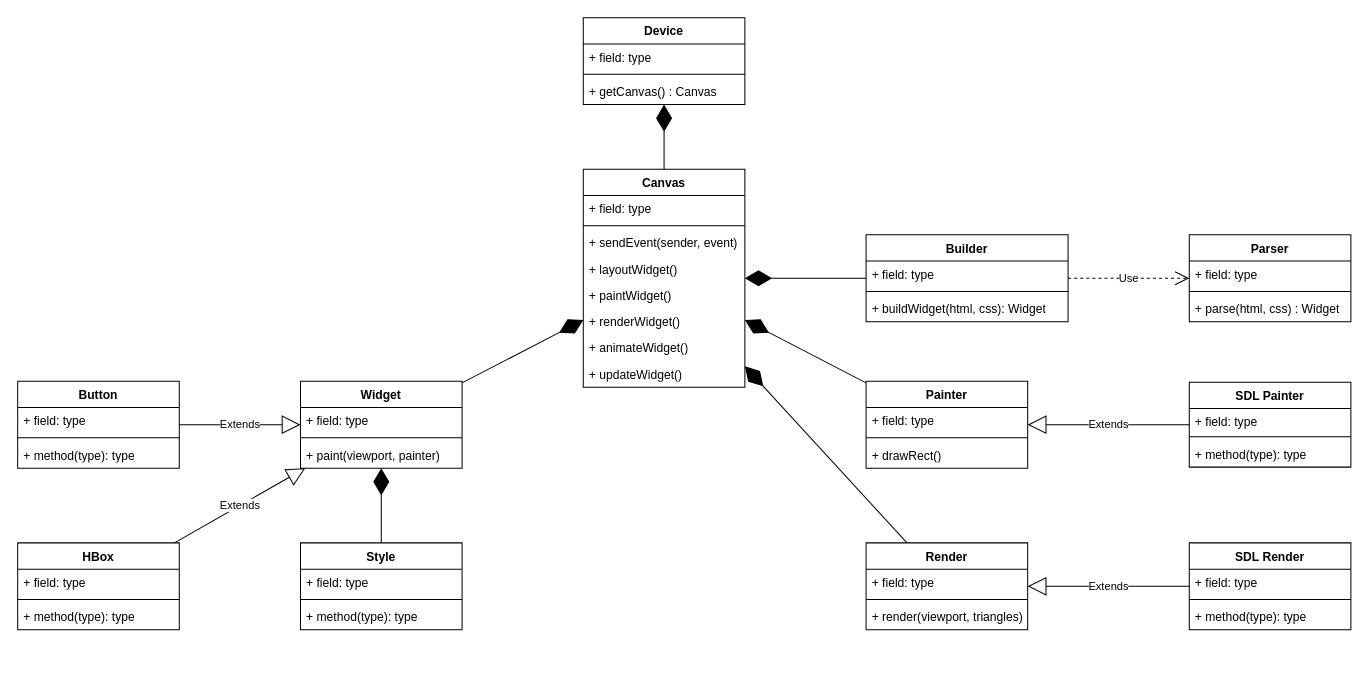
Earlier version of the draw.io diagram page "类图" (1 of 2) of Document/UML.drawio (ChivenZhang/OpenUI). Source tidied: cells renumbered, new cells numbered last; positions are measured from the earlier drawing's top-left corner, leaving out a move shared by most shapes. Both pictures are drawn from the tidied source at 101%, with x=0, y=0 at pixel (17, 17).
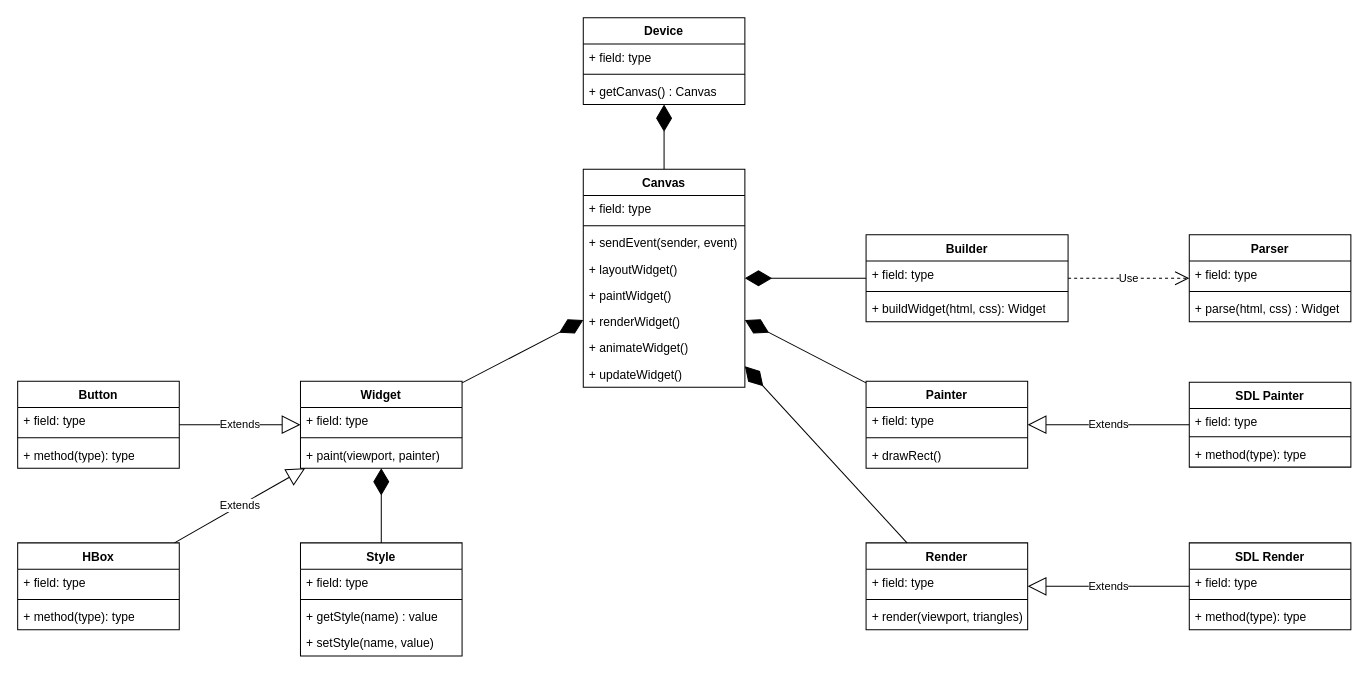
The same page after the edit.

Diff of the diagram source:
```diff
@@
     <mxCell id="61" value="Style" style="swimlane;fontStyle=1;align=center;verticalAlign=top;horizontal=1;startSize=26;whiteSpace=wrap;html=1;" parent="1" vertex="1">
-      <mxGeometry x="280" y="520" width="160" height="86" as="geometry" />
+      <mxGeometry x="280" y="520" width="160" height="112" as="geometry" />
     </mxCell>
@@
-    <mxCell id="64" value="+ method(type): type" style="text;strokeColor=none;fillColor=none;align=left;verticalAlign=top;spacingLeft=4;spacingRight=4;overflow=hidden;whiteSpace=wrap;html=1;" parent="61" vertex="1">
+    <mxCell id="64" value="+ getStyle(name) : value" style="text;strokeColor=none;fillColor=none;align=left;verticalAlign=top;spacingLeft=4;spacingRight=4;overflow=hidden;whiteSpace=wrap;html=1;" parent="61" vertex="1">
       <mxGeometry y="60" width="160" height="26" as="geometry" />
     </mxCell>
+    <mxCell id="66" value="+ setStyle(name, value)" style="text;strokeColor=none;fillColor=none;align=left;verticalAlign=top;spacingLeft=4;spacingRight=4;overflow=hidden;whiteSpace=wrap;html=1;" parent="61" vertex="1">
+      <mxGeometry y="86" width="160" height="26" as="geometry" />
+    </mxCell>
```
